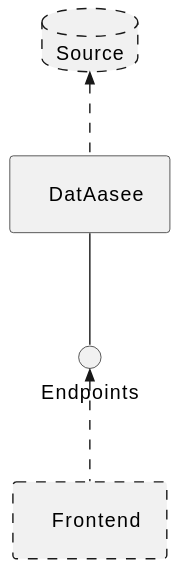
The PlantUML diagram docs/images/outside-view.svg in ulbmuenster/dataasee, before a commit.
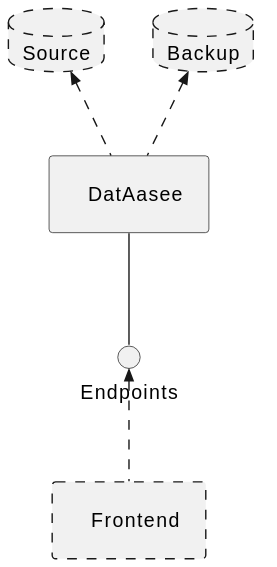
After the change.

Change to the diagram source:
```diff
@@ -1,5 +1,6 @@
 @startuml
 database src as "Source" #line.dashed;
+database bck as "Backup" #line.dashed;
 
 card dataasee [
 
@@ -16,6 +17,7 @@
 ]
 
 src <<-[dashed]- dataasee
+bck <<-[dashed]- dataasee
 dataasee -- http
 http <<-[dashed]- fe
 @enduml
```
